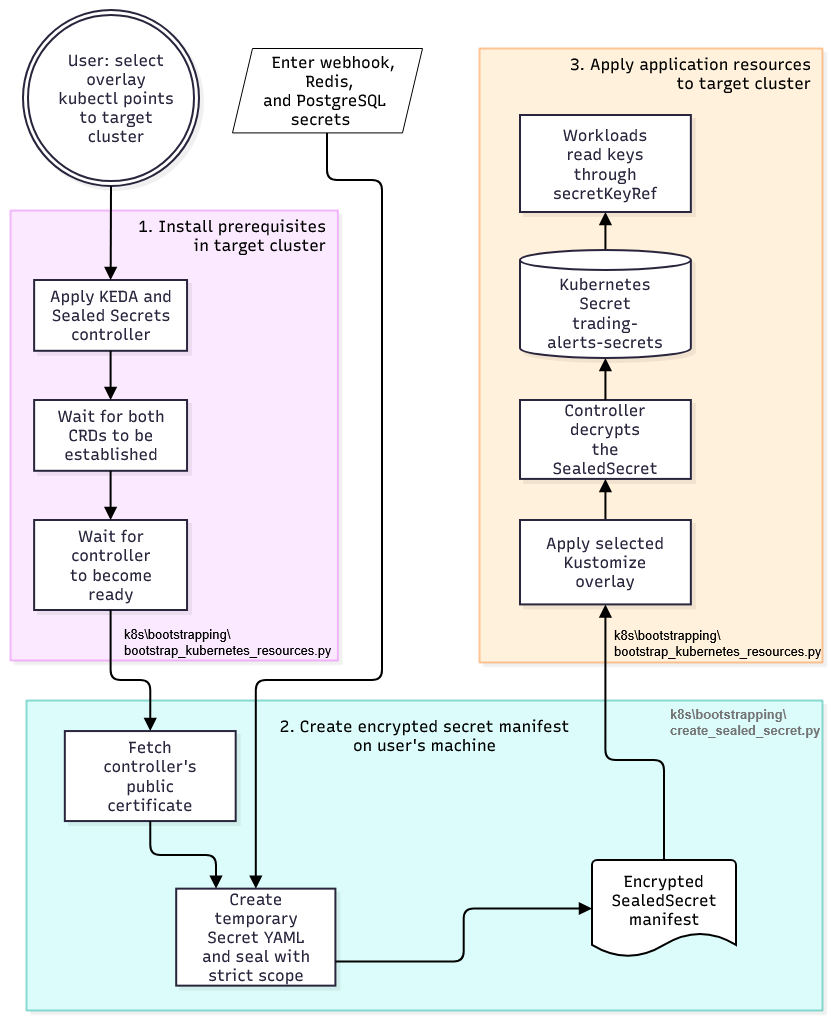
This is docs/images/kubernetes_secret_bootstrap_deployment.drawio.png from ralf-hermann-devops/market-alerts-kubernetes, a draw.io export, as it was before one commit. Source tidied: cells renumbered, new cells last; positions are measured from the earlier drawing's top-left corner, leaving out a move shared by most shapes.
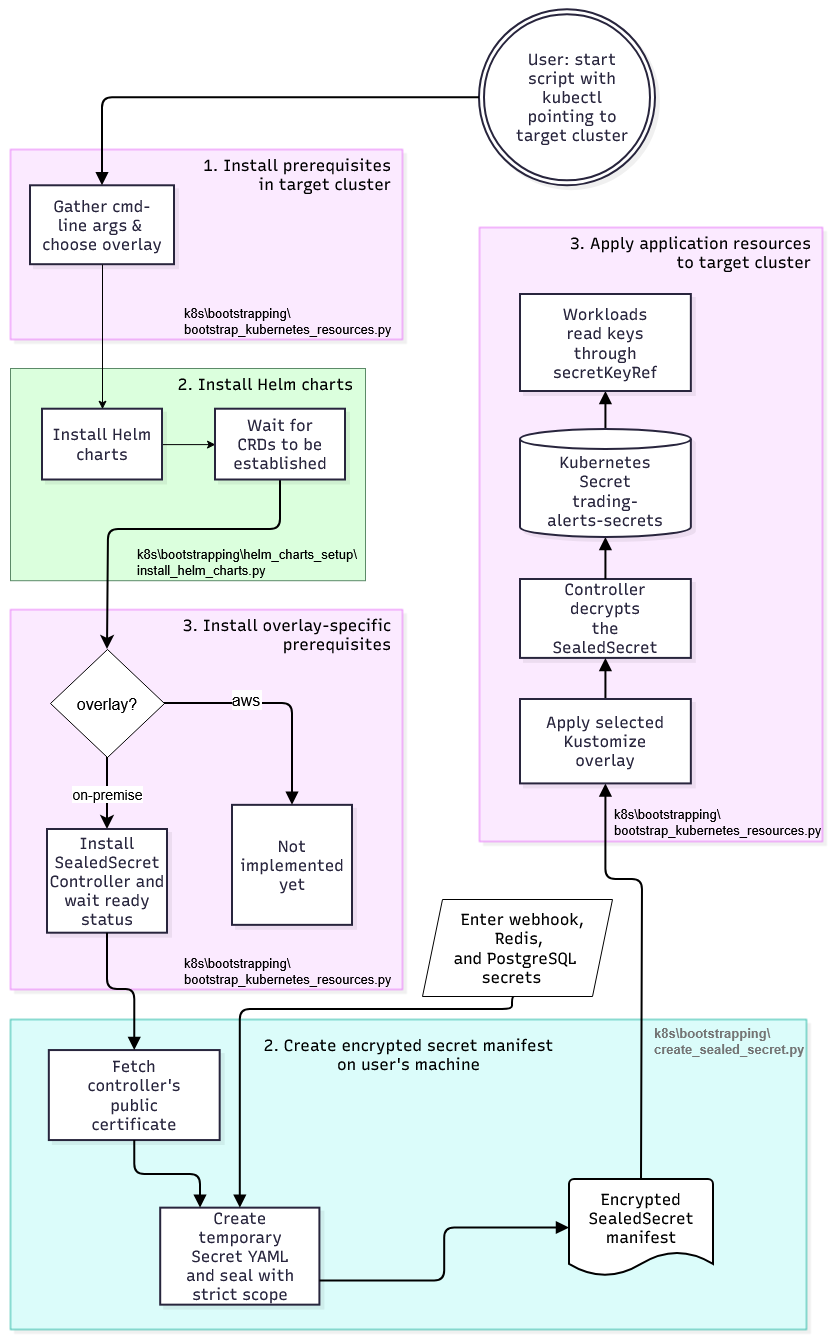
After the change.

The edit, as a diff of the source:
```diff
@@ -5,11 +5,11 @@
     <mxCell id="2" style="group;transparentBounds=1;editIcon=1;lockedGroup=0;groupPadding=10;fontSize=16;" parent="1" vertex="1">
       <mxGeometry as="geometry" />
     </mxCell>
-    <mxCell id="3" value="&lt;div&gt;3. Apply application resources&lt;/div&gt;&lt;div&gt;to target cluster&lt;/div&gt;" style="html=1;whiteSpace=nowrap;strokeWidth=1;verticalAlign=top;fillColor=#FFF1DB;strokeColor=#FB923C;fontColor=#000000;fontFamily=Recursive;fontSize=16;shadow=1;shadowColor=#000000;shadowOffsetX=4;shadowOffsetY=4;shadowBlur=0;shadowOpacity=6;fontSource=https%3A%2F%2Ffonts.googleapis.com%2Fcss%3Ffamily%3DRecursive;align=right;spacingRight=10;" parent="2" vertex="1">
+    <mxCell id="3" value="&lt;div&gt;3. Apply application resources&lt;/div&gt;&lt;div&gt;to target cluster&lt;/div&gt;" style="html=1;whiteSpace=nowrap;strokeWidth=1;verticalAlign=top;fillColor=#FBEAFF;strokeColor=#E879F9;fontColor=#000000;fontFamily=Recursive;fontSize=16;shadow=1;shadowColor=#000000;shadowOffsetX=4;shadowOffsetY=4;shadowBlur=0;shadowOpacity=6;fontSource=https%3A%2F%2Ffonts.googleapis.com%2Fcss%3Ffamily%3DRecursive;align=right;spacingRight=10;" parent="2" vertex="1">
       <mxGeometry x="507" y="68" width="343" height="614" as="geometry" />
     </mxCell>
     <mxCell id="4" value="&lt;div&gt;2. Create encrypted secret manifest&lt;/div&gt;&lt;div&gt;on user's machine&lt;/div&gt;" style="html=1;whiteSpace=nowrap;strokeWidth=1;verticalAlign=top;fillColor=#DBFCFA;strokeColor=#27B8A5;fontColor=#000000;fontFamily=Recursive;fontSize=16;shadow=1;shadowColor=#000000;shadowOffsetX=4;shadowOffsetY=4;shadowBlur=0;shadowOpacity=6;fontSource=https%3A%2F%2Ffonts.googleapis.com%2Fcss%3Ffamily%3DRecursive;align=center;spacingTop=10;fontStyle=0;" parent="2" vertex="1">
-      <mxGeometry x="54" y="720" width="796" height="310" as="geometry" />
+      <mxGeometry x="38" y="860" width="796" height="310" as="geometry" />
     </mxCell>
     <mxCell id="5" value="Fetch controller's&#10;public certificate" style="html=1;whiteSpace=wrap;strokeWidth=2;fillColor=#ffffff;strokeColor=#28253D;fontColor=#28253D;fontFamily=Recursive;fontSize=16;shadow=1;shadowColor=#000000;shadowOffsetX=4;shadowOffsetY=4;shadowBlur=0;shadowOpacity=6;labelWidth=120;fontSource=https%3A%2F%2Ffonts.googleapis.com%2Fcss%3Ffamily%3DRecursive;" parent="4" vertex="1">
       <mxGeometry x="38.8" y="31.1" width="170.8" height="90" as="geometry" />
@@ -21,7 +21,7 @@
       <mxGeometry x="0.15" relative="1" as="geometry" />
     </mxCell>
     <mxCell id="8" value="&lt;div&gt;Encrypted&lt;/div&gt;&lt;div&gt;SealedSecret&lt;/div&gt;manifest" style="strokeWidth=2;html=1;shape=mxgraph.flowchart.document2;whiteSpace=wrap;size=0.25;spacing=0;spacingTop=-18;fontSize=16;fontFamily=Recursive;" parent="4" vertex="1">
-      <mxGeometry x="566" y="160" width="144" height="97" as="geometry" />
+      <mxGeometry x="559" y="160" width="144" height="97" as="geometry" />
     </mxCell>
     <mxCell id="9" style="edgeStyle=orthogonalEdgeStyle;rounded=1;curved=0;startArrow=none;endArrow=block;endSize=8;jumpStyle=arc;jumpSize=12;strokeColor=#000000;exitX=1;exitY=0.75;entryX=0;entryY=0.5;strokeWidth=2;targetPerimeterSpacing=4;exitDx=0;exitDy=0;entryDx=0;entryDy=0;entryPerimeter=0;fontSize=16;" parent="4" edge="1" source="6" target="8">
       <mxGeometry x="-0.08" relative="1" as="geometry" />
@@ -30,55 +30,31 @@
       <mxGeometry x="642" width="144" height="40" as="geometry" />
     </mxCell>
     <mxCell id="11" value="&lt;div&gt;1. Install prerequisites&lt;/div&gt;&lt;div&gt;in target cluster&lt;/div&gt;" style="html=1;whiteSpace=nowrap;strokeWidth=1;verticalAlign=top;fillColor=#FBEAFF;strokeColor=#E879F9;fontColor=#000000;fontFamily=Recursive;fontSize=16;shadow=1;shadowColor=#000000;shadowOffsetX=4;shadowOffsetY=4;shadowBlur=0;shadowOpacity=6;fontSource=https%3A%2F%2Ffonts.googleapis.com%2Fcss%3Ffamily%3DRecursive;align=right;spacingRight=10;" parent="2" vertex="1">
-      <mxGeometry x="38" y="230" width="327.4" height="450" as="geometry" />
+      <mxGeometry x="38" y="-10" width="392" height="190" as="geometry" />
     </mxCell>
-    <mxCell id="12" value="Apply KEDA and&#10;Sealed Secrets controller" style="html=1;whiteSpace=wrap;strokeWidth=2;fillColor=#ffffff;strokeColor=#28253D;fontColor=#28253D;fontFamily=Recursive;fontSize=16;shadow=1;shadowColor=#000000;shadowOffsetX=4;shadowOffsetY=4;shadowBlur=0;shadowOpacity=6;labelWidth=120;fontSource=https%3A%2F%2Ffonts.googleapis.com%2Fcss%3Ffamily%3DRecursive;" parent="11" vertex="1">
-      <mxGeometry x="24.1" y="70" width="152.9" height="70.8" as="geometry" />
+    <mxCell id="12" value="Gather cmd-line args &amp;amp;&amp;nbsp;&lt;br&gt;choose overlay" style="html=1;whiteSpace=wrap;strokeWidth=2;fillColor=#ffffff;strokeColor=#28253D;fontColor=#28253D;fontFamily=Recursive;fontSize=16;shadow=1;shadowColor=#000000;shadowOffsetX=4;shadowOffsetY=4;shadowBlur=0;shadowOpacity=6;labelWidth=120;fontSource=https%3A%2F%2Ffonts.googleapis.com%2Fcss%3Ffamily%3DRecursive;" parent="11" vertex="1">
+      <mxGeometry x="20" y="36.3" width="144" height="78.9" as="geometry" />
     </mxCell>
-    <mxCell id="13" value="Wait for both&#10;CRDs to be established" style="html=1;whiteSpace=wrap;strokeWidth=2;fillColor=#ffffff;strokeColor=#28253D;fontColor=#28253D;fontFamily=Recursive;fontSize=16;shadow=1;shadowColor=#000000;shadowOffsetX=4;shadowOffsetY=4;shadowBlur=0;shadowOpacity=6;labelWidth=120;fontSource=https%3A%2F%2Ffonts.googleapis.com%2Fcss%3Ffamily%3DRecursive;" parent="11" vertex="1">
-      <mxGeometry x="24.1" y="190" width="152.9" height="70.8" as="geometry" />
-    </mxCell>
-    <mxCell id="14" value="Wait for controller&#10;to become ready" style="html=1;whiteSpace=wrap;strokeWidth=2;fillColor=#ffffff;strokeColor=#28253D;fontColor=#28253D;fontFamily=Recursive;fontSize=16;shadow=1;shadowColor=#000000;shadowOffsetX=4;shadowOffsetY=4;shadowBlur=0;shadowOpacity=6;labelWidth=120;fontSource=https%3A%2F%2Ffonts.googleapis.com%2Fcss%3Ffamily%3DRecursive;" parent="11" vertex="1">
-      <mxGeometry x="24.1" y="310" width="152.9" height="90" as="geometry" />
-    </mxCell>
-    <mxCell id="15" style="edgeStyle=orthogonalEdgeStyle;rounded=1;curved=0;startArrow=none;endArrow=block;endSize=8;jumpStyle=arc;jumpSize=12;strokeColor=#000000;exitX=0.5;exitY=0.99;entryX=0.5;entryY=0;strokeWidth=2;targetPerimeterSpacing=4;fontSize=16;" parent="11" edge="1" source="12" target="13">
-      <mxGeometry relative="1" as="geometry" />
-    </mxCell>
-    <mxCell id="16" style="edgeStyle=orthogonalEdgeStyle;rounded=1;curved=0;startArrow=none;endArrow=block;endSize=8;jumpStyle=arc;jumpSize=12;strokeColor=#000000;exitX=0.5;exitY=0.99;entryX=0.5;entryY=0;strokeWidth=2;targetPerimeterSpacing=4;fontSize=16;" parent="11" edge="1" source="13" target="14">
-      <mxGeometry relative="1" as="geometry" />
-    </mxCell>
-    <mxCell id="17" value="k8s\bootstrapping\&lt;br&gt;bootstrap_kubernetes_resources.py" style="text;whiteSpace=wrap;html=1;fontSize=13;fontStyle=0;" parent="11" vertex="1">
-      <mxGeometry x="112" y="410" width="203.3" height="40" as="geometry" />
-    </mxCell>
-    <mxCell id="18" value="User: select overlay&#10;kubectl points to target cluster" style="ellipse;html=1;shape=doubleEllipse;strokeWidth=2;whiteSpace=wrap;fillColor=#ffffff;strokeColor=#28253D;fontColor=#28253D;fontFamily=Recursive;fontSize=16;shadow=1;shadowColor=#000000;shadowOffsetX=4;shadowOffsetY=4;shadowBlur=0;shadowOpacity=6;labelWidth=120;fontSource=https%3A%2F%2Ffonts.googleapis.com%2Fcss%3Ffamily%3DRecursive;" parent="2" vertex="1">
-      <mxGeometry x="51" y="30" width="176" height="176" as="geometry" />
+    <mxCell id="18" value="User: start script with&lt;br&gt;kubectl pointing to target cluster" style="ellipse;html=1;shape=doubleEllipse;strokeWidth=2;whiteSpace=wrap;fillColor=#ffffff;strokeColor=#28253D;fontColor=#28253D;fontFamily=Recursive;fontSize=16;shadow=1;shadowColor=#000000;shadowOffsetX=4;shadowOffsetY=4;shadowBlur=0;shadowOpacity=6;labelWidth=120;fontSource=https%3A%2F%2Ffonts.googleapis.com%2Fcss%3Ffamily%3DRecursive;" parent="2" vertex="1">
+      <mxGeometry x="507" y="-149.7" width="176" height="176" as="geometry" />
     </mxCell>
-    <mxCell id="19" style="edgeStyle=orthogonalEdgeStyle;rounded=1;curved=0;startArrow=none;endArrow=block;endSize=8;jumpStyle=arc;jumpSize=12;strokeColor=#000000;exitX=0.5;exitY=1;entryX=0.5;entryY=0;strokeWidth=2;targetPerimeterSpacing=4;fontSize=16;" parent="2" edge="1" source="18" target="12">
+    <mxCell id="19" style="edgeStyle=orthogonalEdgeStyle;rounded=1;curved=0;startArrow=none;endArrow=block;endSize=8;jumpStyle=arc;jumpSize=12;strokeColor=#000000;exitX=0;exitY=0.5;entryX=0.5;entryY=0;strokeWidth=2;targetPerimeterSpacing=4;fontSize=16;exitDx=0;exitDy=0;" parent="2" edge="1" source="18" target="12">
       <mxGeometry relative="1" as="geometry" />
     </mxCell>
-    <mxCell id="20" style="edgeStyle=orthogonalEdgeStyle;rounded=1;curved=0;startArrow=none;endArrow=block;endSize=8;jumpStyle=arc;jumpSize=12;strokeColor=#000000;exitX=0.5;exitY=0.99;entryX=0.5;entryY=0;strokeWidth=2;targetPerimeterSpacing=4;fontSize=16;" parent="2" edge="1" source="14" target="5">
-      <mxGeometry relative="1" as="geometry">
-        <Array as="points">
-          <mxPoint x="138.6" y="700" />
-          <mxPoint x="178.3" y="700" />
-        </Array>
-      </mxGeometry>
-    </mxCell>
     <mxCell id="21" style="edgeStyle=orthogonalEdgeStyle;rounded=1;curved=0;startArrow=none;endArrow=block;endSize=8;jumpStyle=arc;jumpSize=12;strokeColor=#000000;exitX=0.5;exitY=0;entryX=0.5;entryY=1;strokeWidth=2;targetPerimeterSpacing=4;exitDx=0;exitDy=0;entryDx=0;entryDy=0;exitPerimeter=0;fontSize=16;" parent="2" edge="1" source="8" target="29">
       <mxGeometry x="-0.08" relative="1" as="geometry">
         <Array as="points">
-          <mxPoint x="692" y="780" />
-          <mxPoint x="633.4" y="780" />
+          <mxPoint x="670" y="1020" />
+          <mxPoint x="670" y="720" />
+          <mxPoint x="633.4" y="720" />
         </Array>
       </mxGeometry>
     </mxCell>
     <mxCell id="22" style="edgeStyle=orthogonalEdgeStyle;rounded=1;curved=0;startArrow=none;endArrow=block;endSize=8;jumpStyle=arc;jumpSize=12;strokeColor=#000000;entryX=0.5;entryY=0;strokeWidth=2;targetPerimeterSpacing=4;entryDx=0;entryDy=0;fontSize=16;exitX=0.5;exitY=1;exitDx=0;exitDy=0;" parent="2" edge="1" source="25" target="6">
-      <mxGeometry x="0.66" relative="1" as="geometry">
+      <mxGeometry x="0.14" relative="1" as="geometry">
         <Array as="points">
-          <mxPoint x="355" y="200" />
-          <mxPoint x="410" y="200" />
-          <mxPoint x="410" y="700" />
-          <mxPoint x="283.8" y="700" />
+          <mxPoint x="540" y="850" />
+          <mxPoint x="267.8" y="850" />
         </Array>
       </mxGeometry>
     </mxCell>
@@ -89,7 +65,7 @@
       <mxGeometry x="548" y="135" width="170.8" height="97" as="geometry" />
     </mxCell>
     <mxCell id="25" value="Enter webhook, Redis,&lt;br&gt;and PostgreSQL secrets" style="shape=parallelogram;perimeter=parallelogramPerimeter;whiteSpace=wrap;html=1;shapeInside=1;fixedSize=1;fontSize=16;fontFamily=Recursive;" parent="2" vertex="1">
-      <mxGeometry x="260" y="68" width="190" height="84.4" as="geometry" />
+      <mxGeometry x="450" y="740" width="190" height="97" as="geometry" />
     </mxCell>
     <mxCell id="26" value="Controller decrypts&#10;the SealedSecret" style="html=1;whiteSpace=wrap;strokeWidth=2;fillColor=#ffffff;strokeColor=#28253D;fontColor=#28253D;fontFamily=Recursive;fontSize=16;shadow=1;shadowColor=#000000;shadowOffsetX=4;shadowOffsetY=4;shadowBlur=0;shadowOpacity=6;labelWidth=120;fontSource=https%3A%2F%2Ffonts.googleapis.com%2Fcss%3Ffamily%3DRecursive;" parent="2" vertex="1">
       <mxGeometry x="548" y="420" width="170.8" height="78.9" as="geometry" />
@@ -109,5 +85,63 @@
     <mxCell id="31" value="k8s\bootstrapping\&lt;br&gt;bootstrap_kubernetes_resources.py" style="text;whiteSpace=wrap;html=1;fontSize=13;" parent="2" vertex="1">
       <mxGeometry x="640" y="641" width="200" height="40" as="geometry" />
     </mxCell>
+    <mxCell id="17" value="k8s\bootstrapping\&lt;br&gt;bootstrap_kubernetes_resources.py" style="text;whiteSpace=wrap;html=1;fontSize=13;fontStyle=0;" parent="2" vertex="1">
+      <mxGeometry x="210" y="140" width="220" height="40" as="geometry" />
+    </mxCell>
+    <mxCell id="32" value="&lt;div&gt;3. Install overlay-specific&lt;/div&gt;&lt;div&gt;prerequisites&lt;/div&gt;" style="html=1;whiteSpace=nowrap;strokeWidth=1;verticalAlign=top;fillColor=#FBEAFF;strokeColor=#E879F9;fontColor=#000000;fontFamily=Recursive;fontSize=16;shadow=1;shadowColor=#000000;shadowOffsetX=4;shadowOffsetY=4;shadowBlur=0;shadowOpacity=6;fontSource=https%3A%2F%2Ffonts.googleapis.com%2Fcss%3Ffamily%3DRecursive;align=right;spacingRight=10;" parent="2" vertex="1">
+      <mxGeometry x="38" y="450.1" width="392" height="379.9" as="geometry" />
+    </mxCell>
+    <mxCell id="33" value="overlay?" style="rhombus;whiteSpace=wrap;html=1;shapeInside=1;fontSize=16;" parent="2" vertex="1">
+      <mxGeometry x="78" y="490" width="114" height="108" as="geometry" />
+    </mxCell>
+    <mxCell id="34" value="&lt;div&gt;2. Install Helm charts&lt;/div&gt;" style="rounded=0;whiteSpace=wrap;html=1;fillColor=#DBFFDD;strokeColor=#5C8A68;fontSize=16;align=right;verticalAlign=top;spacingRight=10;fontFamily=Recursive;" parent="2" vertex="1">
+      <mxGeometry x="38" y="209" width="355" height="212.2" as="geometry" />
+    </mxCell>
+    <mxCell id="35" value="k8s\bootstrapping\helm_charts_setup\&#10;install_helm_charts.py" style="text;whiteSpace=wrap;fontSize=13;" parent="2" vertex="1">
+      <mxGeometry x="163" y="381.2" width="230" height="40" as="geometry" />
+    </mxCell>
+    <mxCell id="36" style="edgeStyle=orthogonalEdgeStyle;rounded=0;jettySize=auto;html=1;exitX=1;exitY=0.5;exitDx=0;exitDy=0;entryX=0;entryY=0.5;entryDx=0;entryDy=0;" parent="2" edge="1" source="37" target="39">
+      <mxGeometry relative="1" as="geometry" />
+    </mxCell>
+    <mxCell id="37" value="Install Helm charts" style="html=1;whiteSpace=wrap;strokeWidth=2;fillColor=#ffffff;strokeColor=#28253D;fontColor=#28253D;fontFamily=Recursive;fontSize=16;shadow=1;shadowColor=#000000;shadowOffsetX=4;shadowOffsetY=4;shadowBlur=0;shadowOpacity=6;labelWidth=120;fontSource=https%3A%2F%2Ffonts.googleapis.com%2Fcss%3Ffamily%3DRecursive;" parent="2" vertex="1">
+      <mxGeometry x="70" y="249.7" width="120" height="70.8" as="geometry" />
+    </mxCell>
+    <mxCell id="38" style="edgeStyle=orthogonalEdgeStyle;rounded=1;jettySize=auto;html=1;exitX=0.5;exitY=1;exitDx=0;exitDy=0;entryX=0.5;entryY=0;entryDx=0;entryDy=0;curved=0;strokeWidth=2;jumpStyle=arc;jumpSize=12;endSize=8;targetPerimeterSpacing=0;fixedPointSpacing=1;" parent="2" edge="1" source="39" target="33">
+      <mxGeometry relative="1" as="geometry">
+        <Array as="points">
+          <mxPoint x="308" y="370" />
+          <mxPoint x="136" y="370" />
+        </Array>
+      </mxGeometry>
+    </mxCell>
+    <mxCell id="39" value="Wait for&lt;br&gt;CRDs to be established" style="html=1;whiteSpace=wrap;strokeWidth=2;fillColor=#ffffff;strokeColor=#28253D;fontColor=#28253D;fontFamily=Recursive;fontSize=16;shadow=1;shadowColor=#000000;shadowOffsetX=4;shadowOffsetY=4;shadowBlur=0;shadowOpacity=6;labelWidth=120;fontSource=https%3A%2F%2Ffonts.googleapis.com%2Fcss%3Ffamily%3DRecursive;" parent="2" vertex="1">
+      <mxGeometry x="243" y="249.7" width="130" height="70.8" as="geometry" />
+    </mxCell>
+    <mxCell id="40" style="edgeStyle=orthogonalEdgeStyle;rounded=0;jettySize=auto;html=1;exitX=0.5;exitY=1;exitDx=0;exitDy=0;entryX=0.5;entryY=0;entryDx=0;entryDy=0;" parent="2" edge="1" source="12" target="37">
+      <mxGeometry relative="1" as="geometry" />
+    </mxCell>
+    <mxCell id="41" value="on-premise" style="edgeStyle=orthogonalEdgeStyle;rounded=1;jettySize=auto;html=1;fontSize=14;entryX=0.5;entryY=0;entryDx=0;entryDy=0;curved=0;strokeWidth=2;jumpStyle=arc;jumpSize=12;endSize=8;targetPerimeterSpacing=0;fixedPointSpacing=1;" parent="2" edge="1" source="33" target="14">
+      <mxGeometry x="0.02" relative="1" as="geometry" />
+    </mxCell>
+    <mxCell id="14" value="Install SealedSecret Controller and wait ready status" style="html=1;whiteSpace=wrap;strokeWidth=2;fillColor=#ffffff;strokeColor=#28253D;fontColor=#28253D;fontFamily=Recursive;fontSize=16;shadow=1;shadowColor=#000000;shadowOffsetX=4;shadowOffsetY=4;shadowBlur=0;shadowOpacity=6;labelWidth=120;fontSource=https%3A%2F%2Ffonts.googleapis.com%2Fcss%3Ffamily%3DRecursive;" parent="2" vertex="1">
+      <mxGeometry x="75" y="670" width="120" height="103.7" as="geometry" />
+    </mxCell>
+    <mxCell id="20" style="edgeStyle=orthogonalEdgeStyle;rounded=1;curved=0;startArrow=none;endArrow=block;endSize=8;jumpStyle=arc;jumpSize=12;strokeColor=#000000;exitX=0.5;exitY=0.99;entryX=0.5;entryY=0;strokeWidth=2;targetPerimeterSpacing=4;fontSize=16;" parent="2" edge="1" source="14" target="5">
+      <mxGeometry x="0.11" relative="1" as="geometry">
+        <Array as="points">
+          <mxPoint x="135" y="830" />
+          <mxPoint x="162.3" y="830" />
+        </Array>
+      </mxGeometry>
+    </mxCell>
+    <mxCell id="42" value="Not implemented yet" style="html=1;whiteSpace=wrap;strokeWidth=2;fillColor=#ffffff;strokeColor=#28253D;fontColor=#28253D;fontFamily=Recursive;fontSize=16;shadow=1;shadowColor=#000000;shadowOffsetX=4;shadowOffsetY=4;shadowBlur=0;shadowOpacity=6;labelWidth=120;fontSource=https%3A%2F%2Ffonts.googleapis.com%2Fcss%3Ffamily%3DRecursive;" parent="2" vertex="1">
+      <mxGeometry x="260" y="645.9" width="120" height="120" as="geometry" />
+    </mxCell>
+    <mxCell id="43" value="aws" style="edgeStyle=orthogonalEdgeStyle;rounded=1;curved=0;startArrow=none;endArrow=block;endSize=8;jumpStyle=arc;jumpSize=12;strokeColor=#000000;exitX=1;exitY=0.5;entryX=0.5;entryY=0;strokeWidth=2;targetPerimeterSpacing=4;fontSize=16;exitDx=0;exitDy=0;entryDx=0;entryDy=0;" parent="2" edge="1" source="33" target="42">
+      <mxGeometry x="-0.28" y="4" relative="1" as="geometry" />
+    </mxCell>
+    <mxCell id="44" value="k8s\bootstrapping\&lt;br&gt;bootstrap_kubernetes_resources.py" style="text;whiteSpace=wrap;html=1;fontSize=13;fontStyle=0;" parent="2" vertex="1">
+      <mxGeometry x="210" y="790" width="220" height="40" as="geometry" />
+    </mxCell>
   </root>
 </mxGraphModel>
```
